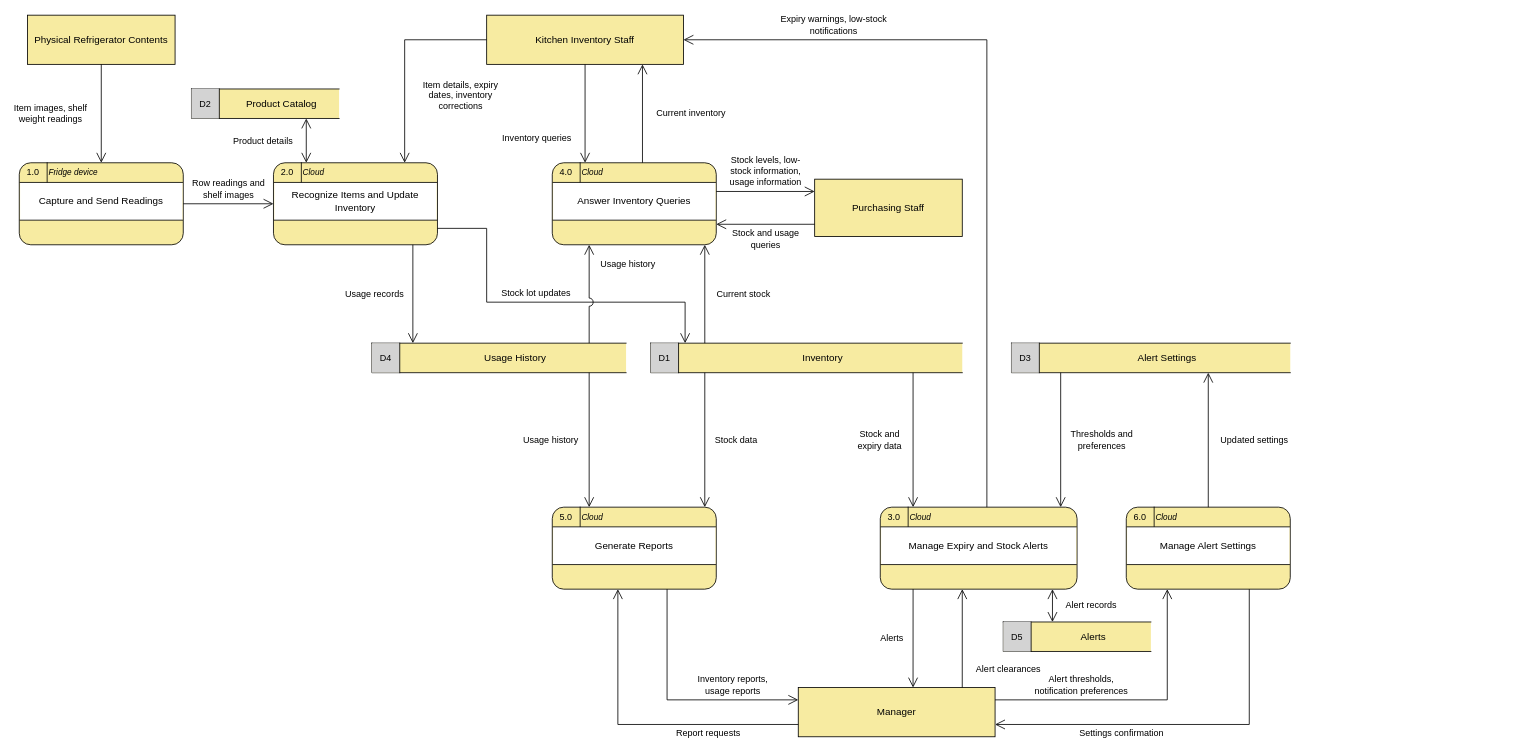
Above: docs/diagrams/level0-dfd.drawio in Jatti045/SEG4105-Term-Project (draw.io), before the change. Source tidied: cells renumbered, new cells numbered last; positions are measured from the earlier drawing's top-left corner, leaving out a move shared by most shapes. Both pictures are drawn from the tidied source at 82%, with x=0, y=0 at pixel (19, 15).
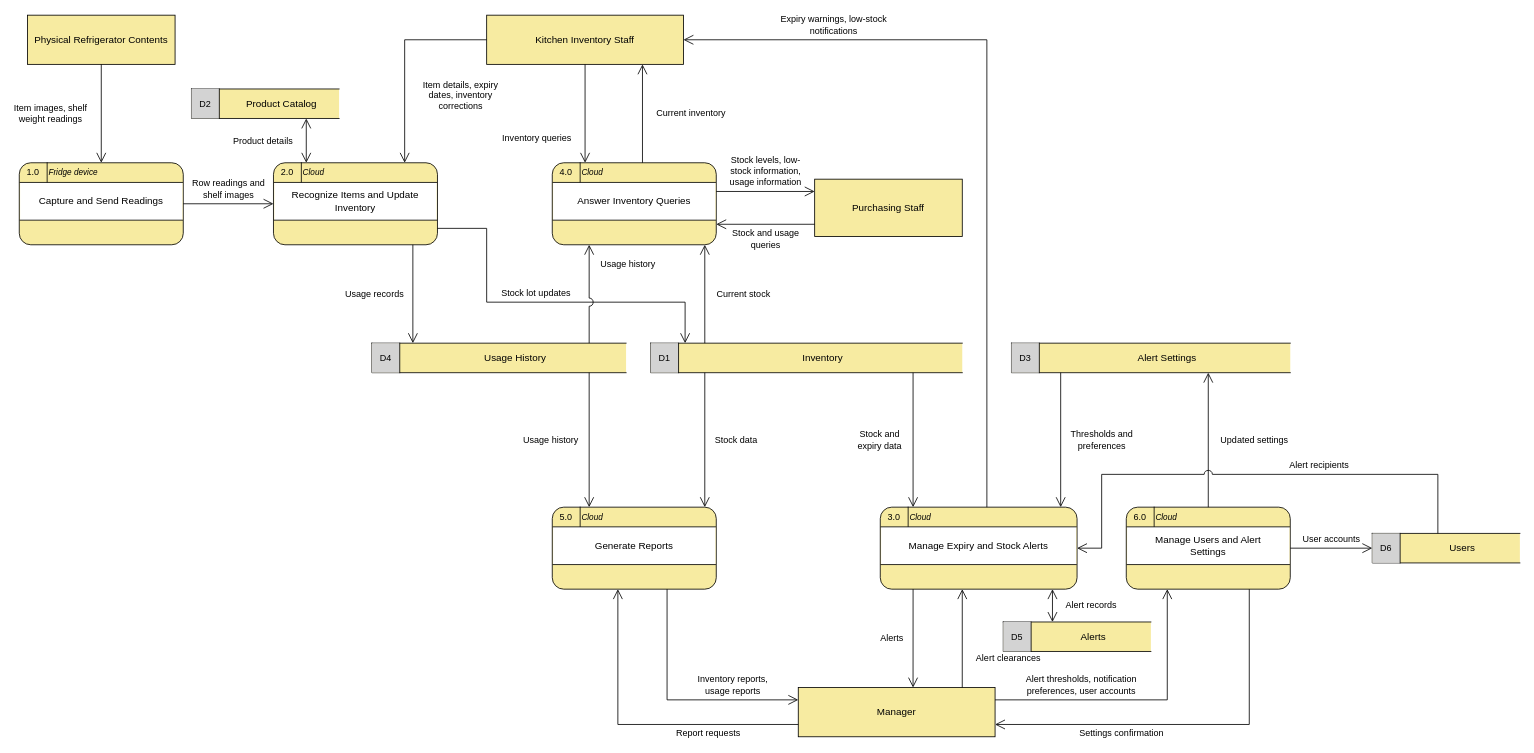
Above is the later version.

Commit message (it also covers changes not shown here):
docs: add Users data store to Level-0 DFD

The change refers to these unchanged cells:
```xml
<mxCell id="10" style="rounded=1;arcSize=14;whiteSpace=wrap;html=1;fillColor=#F7EBA1;strokeColor=#000000;" parent="1" vertex="1">
  <mxGeometry x="1050" y="600" width="240" height="100" as="geometry" />
</mxCell>
<mxCell id="22" style="rounded=1;arcSize=14;whiteSpace=wrap;html=1;fillColor=#F7EBA1;strokeColor=#000000;" parent="1" vertex="1">
  <mxGeometry x="1350" y="600" width="200" height="100" as="geometry" />
</mxCell>
<mxCell id="38" value="Manager" style="rounded=0;whiteSpace=wrap;html=1;fillColor=#F7EBA1;strokeColor=#000000;fontSize=12;fontFamily=Helvetica;fontColor=#000000;" parent="1" vertex="1">
  <mxGeometry x="950" y="820" width="240" height="60" as="geometry" />
</mxCell>
```

Diff of the diagram source:
```diff
@@
-    <mxCell id="25" value="Manage Alert Settings" style="html=1;whiteSpace=wrap;strokeColor=#000000;fontFamily=Helvetica;fontColor=#000000;shape=partialRectangle;top=1;left=0;bottom=1;right=0;fillColor=#FFFFFF;fontSize=12;spacingLeft=12;spacingRight=12;" parent="22" vertex="1">
+    <mxCell id="25" value="Manage Users and Alert Settings" style="html=1;whiteSpace=wrap;strokeColor=#000000;fontFamily=Helvetica;fontColor=#000000;shape=partialRectangle;top=1;left=0;bottom=1;right=0;fillColor=#FFFFFF;fontSize=12;spacingLeft=12;spacingRight=12;" parent="22" vertex="1">
       <mxGeometry x="1" y="24" width="198" height="46" as="geometry" />
     </mxCell>
@@
+    <mxCell id="65" value="Users" style="shape=partialRectangle;top=1;left=1;bottom=1;right=0;html=1;whiteSpace=wrap;fillColor=#F7EBA1;strokeColor=#000000;fontSize=12;fontFamily=Helvetica;fontColor=#000000;spacingLeft=40;" parent="1" vertex="1">
+      <mxGeometry x="1650" y="632" width="180" height="36" as="geometry" />
+    </mxCell>
+    <mxCell id="66" value="D6" style="html=1;whiteSpace=wrap;strokeColor=#000000;fontFamily=Helvetica;fontColor=#000000;shape=partialRectangle;top=0;left=0;bottom=0;right=1;fillColor=#D3D3D3;fontSize=11;" parent="65" vertex="1">
+      <mxGeometry width="34" height="36" as="geometry" />
+    </mxCell>
@@
-    <mxCell id="47" value="Alert thresholds,&lt;br&gt;notification preferences" style="edgeStyle=none;rounded=0;html=1;endArrow=open;endSize=10;startArrow=none;jumpStyle=arc;jumpSize=10;strokeColor=#000000;fontSize=11;fontFamily=Helvetica;fontColor=#000000;labelBackgroundColor=none;align=center;exitX=1.0000;exitY=0.2500;exitDx=0;exitDy=0;exitPerimeter=0;entryX=0.2500;entryY=1.0000;entryDx=0;entryDy=0;entryPerimeter=0;" parent="1" edge="1" source="38" target="22">
+    <mxCell id="47" value="Alert thresholds, notification&lt;br&gt;preferences, user accounts" style="edgeStyle=none;rounded=0;html=1;endArrow=open;endSize=10;startArrow=none;jumpStyle=arc;jumpSize=10;strokeColor=#000000;fontSize=11;fontFamily=Helvetica;fontColor=#000000;labelBackgroundColor=none;align=center;exitX=1.0000;exitY=0.2500;exitDx=0;exitDy=0;exitPerimeter=0;entryX=0.2500;entryY=1.0000;entryDx=0;entryDy=0;entryPerimeter=0;" parent="1" edge="1" source="38" target="22">
       <mxGeometry x="-0.39" relative="1" as="geometry">
         <Array as="points">
           <mxPoint x="1400" y="835" />
         </Array>
         <mxPoint y="-18" as="offset" />
       </mxGeometry>
     </mxCell>
@@
     <mxCell id="49" value="Alert clearances" style="edgeStyle=none;rounded=0;html=1;endArrow=open;endSize=10;startArrow=none;jumpStyle=arc;jumpSize=10;strokeColor=#000000;fontSize=11;fontFamily=Helvetica;fontColor=#000000;labelBackgroundColor=none;align=center;exitX=0.8333;exitY=0.0000;exitDx=0;exitDy=0;exitPerimeter=0;entryX=0.4167;entryY=1.0000;entryDx=0;entryDy=0;entryPerimeter=0;" parent="1" edge="1" source="38" target="10">
-      <mxGeometry x="-0.64" relative="1" as="geometry">
+      <mxGeometry x="-0.4" relative="1" as="geometry">
         <mxPoint x="56" as="offset" />
       </mxGeometry>
     </mxCell>
@@
+    <mxCell id="67" value="User accounts" style="edgeStyle=none;rounded=0;html=1;endArrow=open;endSize=10;startArrow=none;jumpStyle=arc;jumpSize=10;strokeColor=#000000;fontSize=11;fontFamily=Helvetica;fontColor=#000000;labelBackgroundColor=none;align=center;exitX=1.0000;exitY=0.5000;exitDx=0;exitDy=0;exitPerimeter=0;entryX=0.0000;entryY=0.5000;entryDx=0;entryDy=0;entryPerimeter=0;" parent="1" edge="1" source="22" target="65">
+      <mxGeometry relative="1" as="geometry">
+        <mxPoint y="-11" as="offset" />
+      </mxGeometry>
+    </mxCell>
+    <mxCell id="68" value="Alert recipients" style="edgeStyle=none;rounded=0;html=1;endArrow=open;endSize=10;startArrow=none;jumpStyle=arc;jumpSize=10;strokeColor=#000000;fontSize=11;fontFamily=Helvetica;fontColor=#000000;labelBackgroundColor=none;align=center;exitX=0.4444;exitY=0.0000;exitDx=0;exitDy=0;exitPerimeter=0;entryX=1.0000;entryY=0.5000;entryDx=0;entryDy=0;entryPerimeter=0;" parent="1" edge="1" source="65" target="10">
+      <mxGeometry x="-0.28" relative="1" as="geometry">
+        <Array as="points">
+          <mxPoint x="1730" y="560" />
+          <mxPoint x="1320" y="560" />
+          <mxPoint x="1320" y="650" />
+        </Array>
+        <mxPoint y="-11" as="offset" />
+      </mxGeometry>
+    </mxCell>
```
